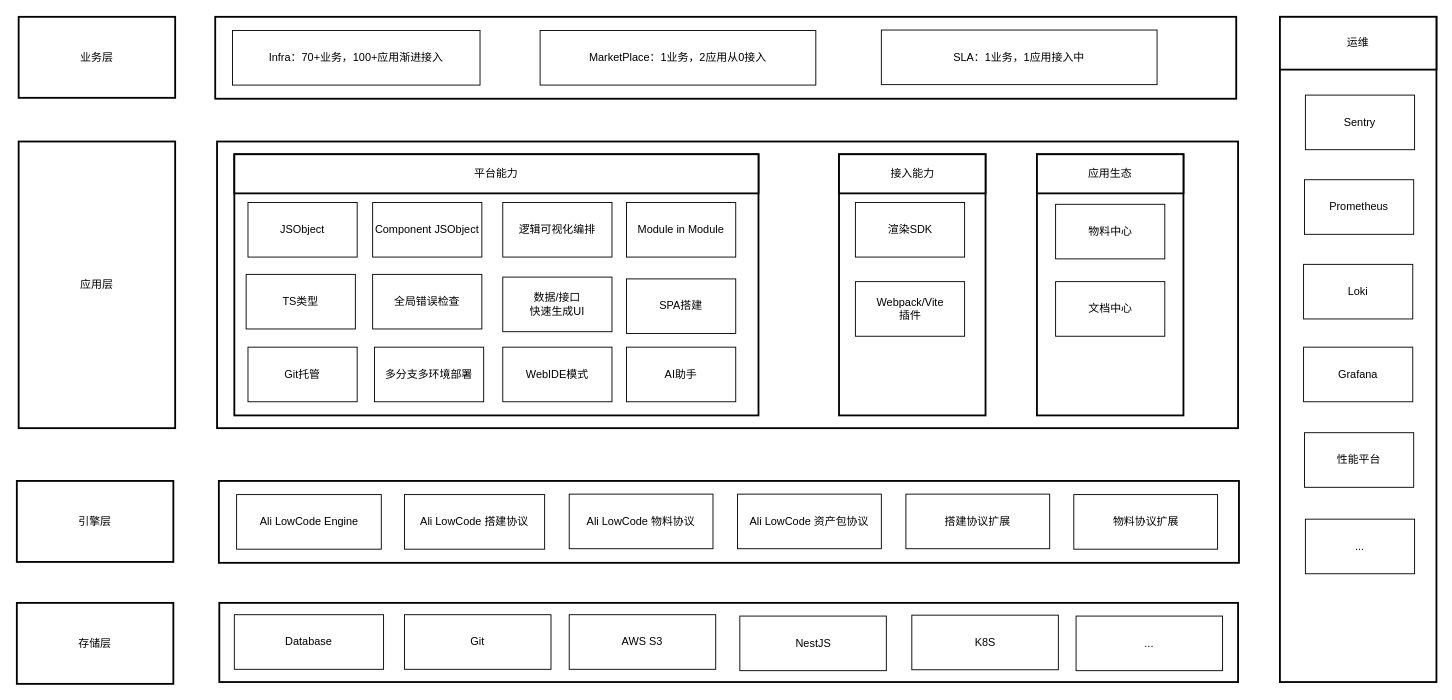
Earlier version of the draw.io diagram shopee low code platform架构图.drawio (Zsynuting/diagram). Source tidied: cells renumbered, new cells numbered last; positions are measured from the earlier drawing's top-left corner, leaving out a move shared by most shapes. Both pictures are drawn from the tidied source at 91%, with x=0, y=0 at pixel (16, 16).
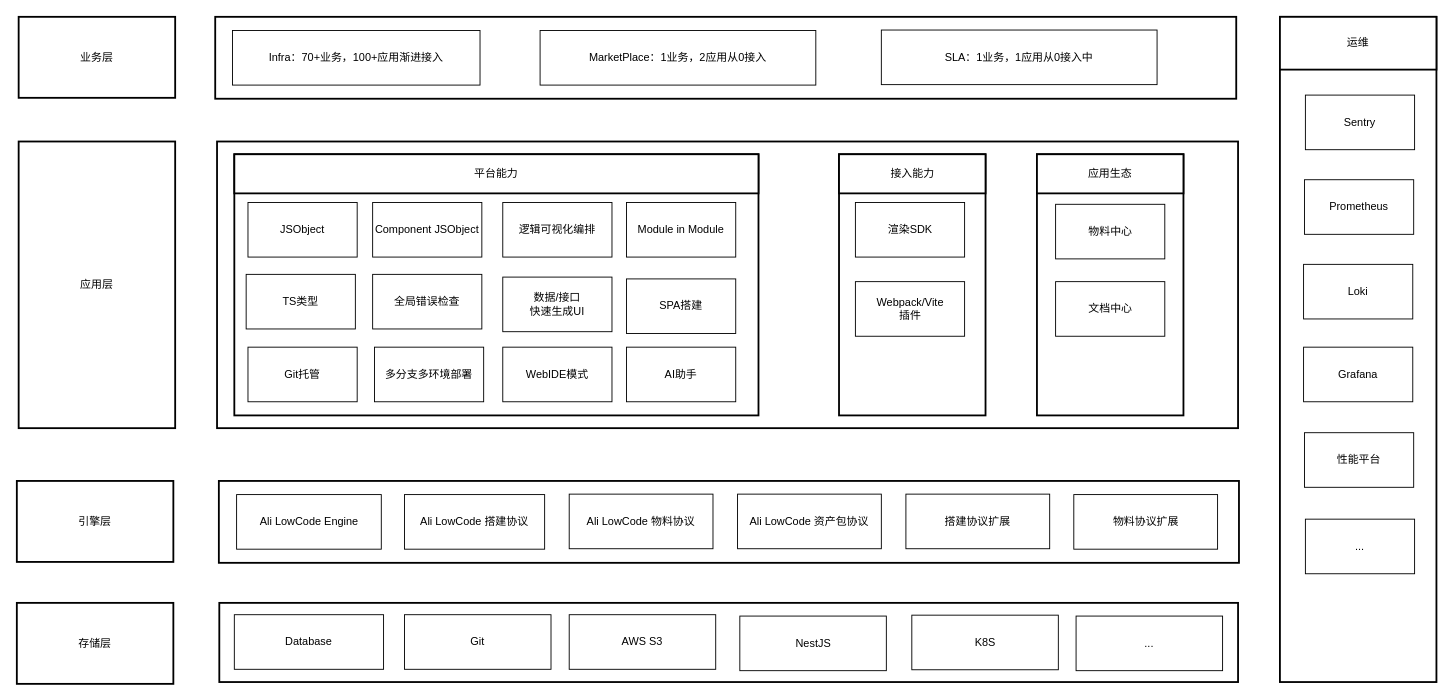
The same page after the edit.

Commit message (it also covers changes not shown here):
更新shopee low code platform架构图.drawio

Change to the diagram source:
```diff
@@
-    <mxCell id="45" value="SLA：1业务，1应用接入中" style="rounded=0;whiteSpace=wrap;html=1;" parent="1" vertex="1">
+    <mxCell id="45" value="SLA：1业务，1应用从0接入中" style="rounded=0;whiteSpace=wrap;html=1;" parent="1" vertex="1">
       <mxGeometry x="950" y="14.5" width="303" height="60" as="geometry" />
     </mxCell>
```
